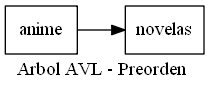
Above: EDD_Proyecto2/Reportes/ArbolPreorden.png in hr9457/EDD_1S2020_PY2_201314296 (Graphviz), before the change. Its source is kept beside it as EDD_Proyecto2/ArchivosDot/ArbolPreorden.dot.
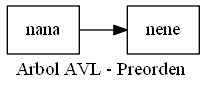
The same file after the commit.

What changed in the source:
```diff
@@ -1,8 +1,8 @@
 digraph arbolpreorden {
 node [shape = record];
 rankdir=LR;
-nodo0[label="anime"];
-nodo1[label="novelas"];
+nodo0[label="nana"];
+nodo1[label="nene"];
 nodo0->nodo1;
 label = "Arbol AVL - Preorden "
 }
```
